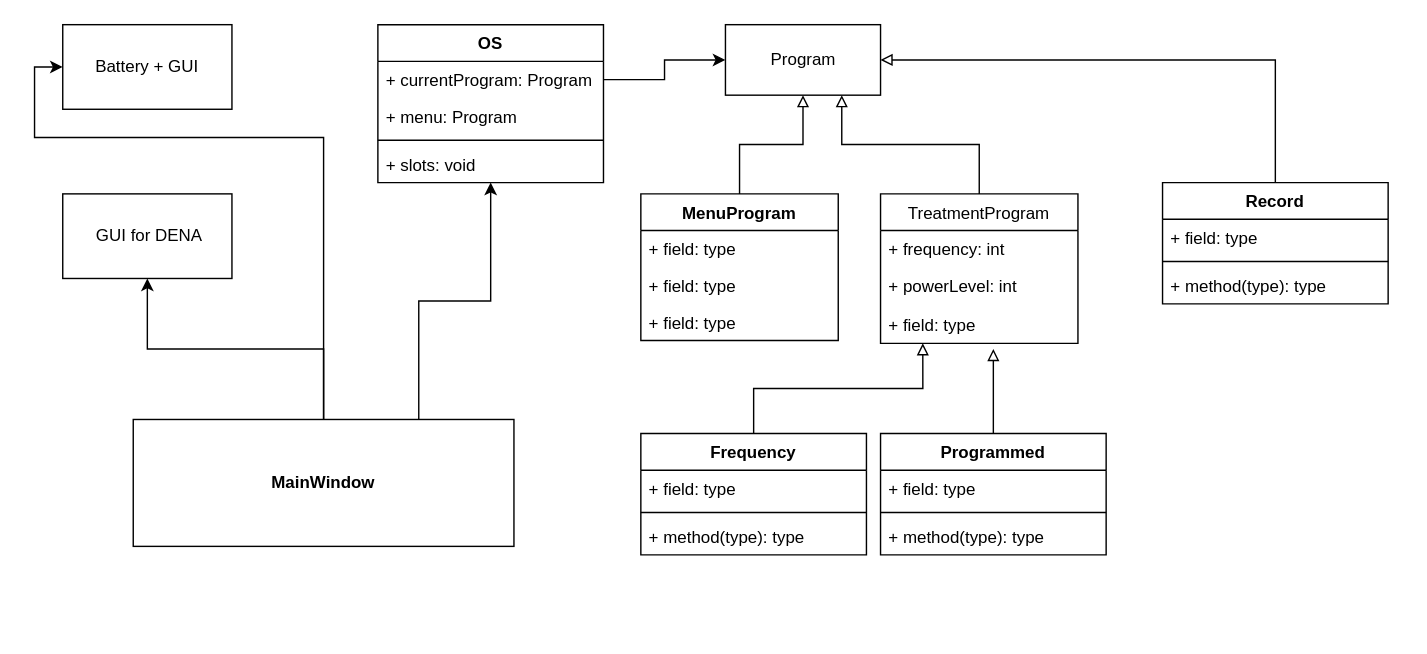
This is uml/design.drawio from moxxxx/MCT-simulator, a draw.io file, before an edit. Source tidied: cells renumbered, new cells numbered last; positions are measured from the earlier drawing's top-left corner, leaving out a move shared by most shapes. Both pictures are drawn from the tidied source at 141%, with x=0, y=0 at pixel (34, 24).
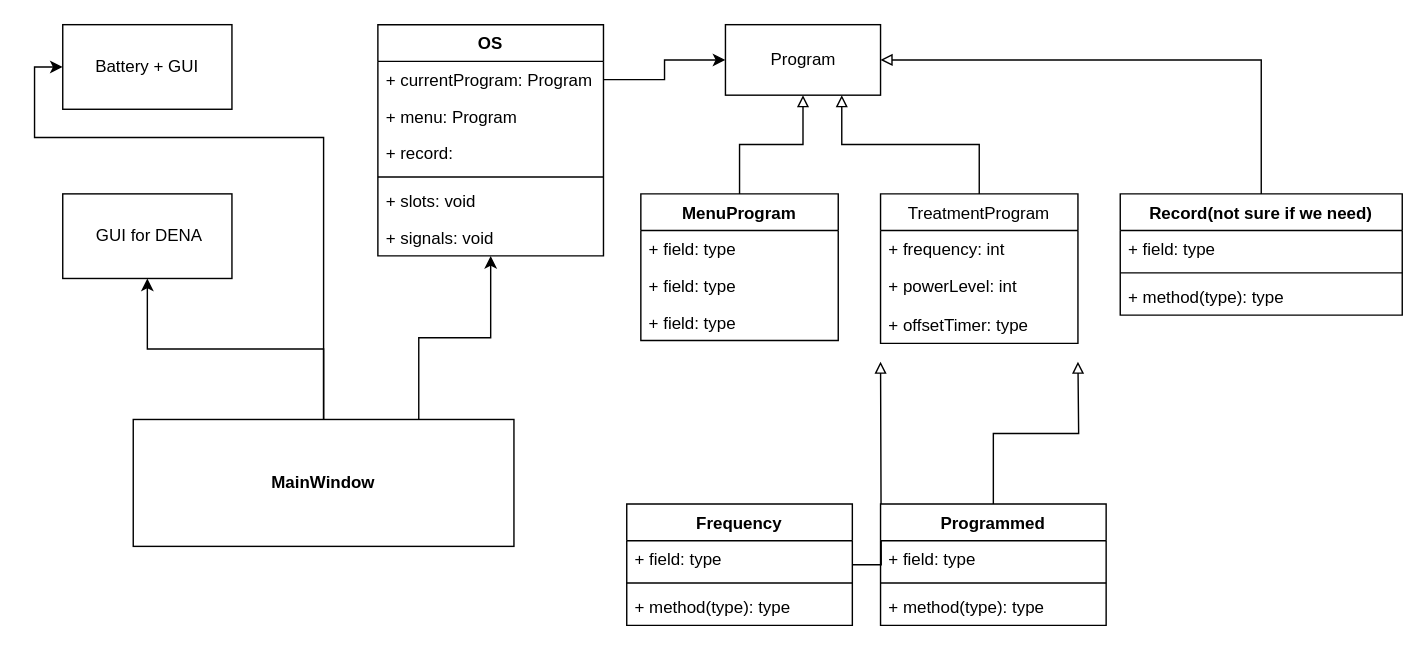
The same diagram, later.

Unchanged cells that the change refers to:
```xml
<mxCell id="16" value="TreatmentProgram" style="swimlane;fontStyle=0;horizontal=1;startSize=26;fillColor=none;" parent="1" vertex="1">
  <mxGeometry x="600" y="120" width="140" height="106" as="geometry" />
</mxCell>
```

Diff of the diagram source:
```diff
@@
     <mxCell id="5" value="OS" style="swimlane;fontStyle=1;align=center;verticalAlign=top;horizontal=1;startSize=26;" parent="1" vertex="1">
-      <mxGeometry x="243.5" width="160" height="112" as="geometry" />
+      <mxGeometry x="243.5" width="160" height="164" as="geometry" />
     </mxCell>
@@
+    <mxCell id="40" value="+ record:" style="text;strokeColor=none;fillColor=none;align=left;verticalAlign=top;spacingLeft=4;spacingRight=4;overflow=hidden;" parent="5" vertex="1">
+      <mxGeometry y="78" width="160" height="26" as="geometry" />
+    </mxCell>
     <mxCell id="8" style="line;strokeWidth=1;fillColor=none;align=left;verticalAlign=middle;spacingTop=-1;spacingLeft=3;spacingRight=3;labelPosition=right;" parent="5" vertex="1">
-      <mxGeometry y="78" width="160" height="8" as="geometry" />
+      <mxGeometry y="104" width="160" height="8" as="geometry" />
     </mxCell>
     <mxCell id="9" value="+ slots: void" style="text;strokeColor=none;fillColor=none;align=left;verticalAlign=top;spacingLeft=4;spacingRight=4;overflow=hidden;" parent="5" vertex="1">
-      <mxGeometry y="86" width="160" height="26" as="geometry" />
+      <mxGeometry y="112" width="160" height="26" as="geometry" />
     </mxCell>
+    <mxCell id="41" value="+ signals: void" style="text;strokeColor=none;fillColor=none;align=left;verticalAlign=top;spacingLeft=4;spacingRight=4;overflow=hidden;" parent="5" vertex="1">
+      <mxGeometry y="138" width="160" height="26" as="geometry" />
+    </mxCell>
@@
-    <mxCell id="19" value="+ field: type" style="text;strokeColor=none;fillColor=none;align=left;verticalAlign=top;spacingLeft=4;spacingRight=4;overflow=hidden;points=[[0,0.5],[1,0.5]];portConstraint=eastwest;" parent="16" vertex="1">
+    <mxCell id="19" value="+ offsetTimer: type" style="text;strokeColor=none;fillColor=none;align=left;verticalAlign=top;spacingLeft=4;spacingRight=4;overflow=hidden;points=[[0,0.5],[1,0.5]];portConstraint=eastwest;" parent="16" vertex="1">
       <mxGeometry y="80" width="140" height="26" as="geometry" />
     </mxCell>
-    <mxCell id="20" style="edgeStyle=orthogonalEdgeStyle;rounded=0;jettySize=auto;html=1;entryX=0.214;entryY=1;entryDx=0;entryDy=0;entryPerimeter=0;endArrow=block;endFill=0;" parent="1" edge="1" source="21" target="19">
-      <mxGeometry relative="1" as="geometry" />
+    <mxCell id="20" style="edgeStyle=orthogonalEdgeStyle;rounded=0;jettySize=auto;html=1;entryX=0;entryY=0.5;entryDx=0;entryDy=0;endArrow=block;endFill=0;" parent="1" edge="1" source="21">
+      <mxGeometry relative="1" as="geometry">
+        <mxPoint x="600" y="239" as="targetPoint" />
+      </mxGeometry>
     </mxCell>
     <mxCell id="21" value="Frequency" style="swimlane;fontStyle=1;align=center;verticalAlign=top;horizontal=1;startSize=26;" parent="1" vertex="1">
-      <mxGeometry x="430" y="290" width="160" height="86" as="geometry" />
+      <mxGeometry x="420" y="340" width="160" height="86" as="geometry" />
     </mxCell>
@@
-    <mxCell id="25" style="edgeStyle=orthogonalEdgeStyle;rounded=0;jettySize=auto;html=1;endArrow=block;endFill=0;" parent="1" edge="1" source="26">
+    <mxCell id="25" style="edgeStyle=orthogonalEdgeStyle;rounded=0;jettySize=auto;html=1;endArrow=block;endFill=0;entryX=1;entryY=0.5;entryDx=0;entryDy=0;" parent="1" edge="1" source="26">
       <mxGeometry relative="1" as="geometry">
-        <mxPoint x="680" y="230" as="targetPoint" />
+        <mxPoint x="740" y="239" as="targetPoint" />
       </mxGeometry>
     </mxCell>
     <mxCell id="26" value="Programmed" style="swimlane;fontStyle=1;align=center;verticalAlign=top;horizontal=1;startSize=26;" parent="1" vertex="1">
-      <mxGeometry x="600" y="290" width="160" height="86" as="geometry" />
+      <mxGeometry x="600" y="340" width="160" height="86" as="geometry" />
     </mxCell>
@@
-    <mxCell id="36" value="Record" style="swimlane;fontStyle=1;align=center;verticalAlign=top;horizontal=1;startSize=26;" parent="1" vertex="1">
-      <mxGeometry x="800" y="112" width="160" height="86" as="geometry" />
+    <mxCell id="36" value="Record(not sure if we need)" style="swimlane;fontStyle=1;align=center;verticalAlign=top;horizontal=1;startSize=26;" parent="1" vertex="1">
+      <mxGeometry x="770" y="120" width="200" height="86" as="geometry" />
     </mxCell>
     <mxCell id="37" value="+ field: type" style="text;strokeColor=none;fillColor=none;align=left;verticalAlign=top;spacingLeft=4;spacingRight=4;overflow=hidden;" parent="36" vertex="1">
-      <mxGeometry y="26" width="160" height="26" as="geometry" />
+      <mxGeometry y="26" width="200" height="26" as="geometry" />
     </mxCell>
     <mxCell id="38" style="line;strokeWidth=1;fillColor=none;align=left;verticalAlign=middle;spacingTop=-1;spacingLeft=3;spacingRight=3;labelPosition=right;" parent="36" vertex="1">
-      <mxGeometry y="52" width="160" height="8" as="geometry" />
+      <mxGeometry y="52" width="200" height="8" as="geometry" />
     </mxCell>
     <mxCell id="39" value="+ method(type): type" style="text;strokeColor=none;fillColor=none;align=left;verticalAlign=top;spacingLeft=4;spacingRight=4;overflow=hidden;" parent="36" vertex="1">
-      <mxGeometry y="60" width="160" height="26" as="geometry" />
+      <mxGeometry y="60" width="200" height="26" as="geometry" />
     </mxCell>
```
